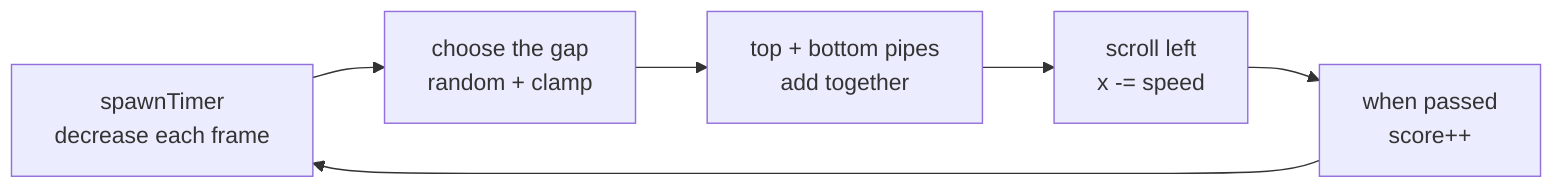
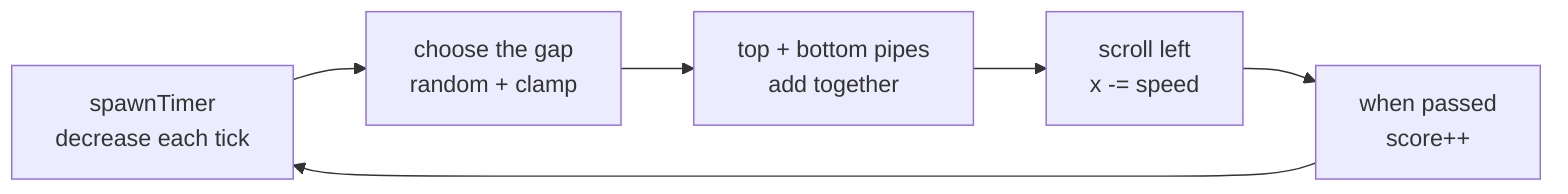
flowchart LR
-   timer["spawnTimer<br/>decrease each frame"]
+   timer["spawnTimer<br/>decrease each tick"]
  gap["choose the gap<br/>random + clamp"]
  spawn["top + bottom pipes<br/>add together"]
  scroll["scroll left<br/>x -= speed"]
  score["when passed<br/>score++"]
  timer --> gap
  gap --> spawn
  spawn --> scroll
  scroll --> score
  score --> timer
